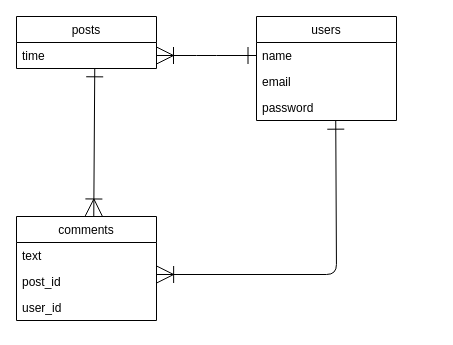
Before: shift_ER.dio in juuata/original_shift, a draw.io diagram. Source tidied: cells renumbered, new cells numbered last; positions are measured from the earlier drawing's top-left corner, leaving out a move shared by most shapes. Both pictures are drawn from the tidied source at 100%, with x=0, y=0 at pixel (16, 16).
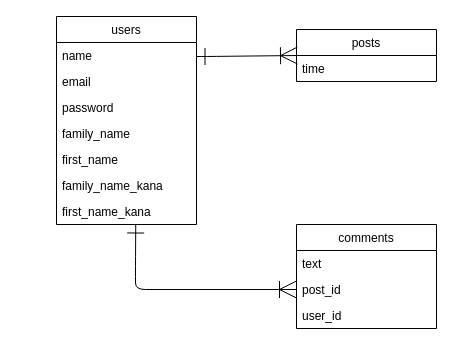
The same diagram, later.

Commit message (it also covers changes not shown here):
README テーブル設計

Unchanged cells that the change refers to:
```xml
<mxCell id="3" value="name&#10;" style="text;strokeColor=none;fillColor=none;align=left;verticalAlign=top;spacingLeft=4;spacingRight=4;overflow=hidden;points=[[0,0.5],[1,0.5]];portConstraint=eastwest;" parent="2" vertex="1">
  <mxGeometry y="26" width="140" height="26" as="geometry" />
</mxCell>
<mxCell id="5" value="password" style="text;strokeColor=none;fillColor=none;align=left;verticalAlign=top;spacingLeft=4;spacingRight=4;overflow=hidden;points=[[0,0.5],[1,0.5]];portConstraint=eastwest;" parent="2" vertex="1">
  <mxGeometry y="78" width="140" height="26" as="geometry" />
</mxCell>
<mxCell id="7" value="time&#10;" style="text;strokeColor=none;fillColor=none;align=left;verticalAlign=top;spacingLeft=4;spacingRight=4;overflow=hidden;points=[[0,0.5],[1,0.5]];portConstraint=eastwest;" parent="6" vertex="1">
  <mxGeometry y="26" width="140" height="26" as="geometry" />
</mxCell>
<mxCell id="11" value="post_id&#10;" style="text;strokeColor=none;fillColor=none;align=left;verticalAlign=top;spacingLeft=4;spacingRight=4;overflow=hidden;points=[[0,0.5],[1,0.5]];portConstraint=eastwest;" parent="9" vertex="1">
  <mxGeometry y="52" width="140" height="26" as="geometry" />
</mxCell>
```

The edit, as a diff of the source:
```diff
@@
     <mxCell id="2" value="users" style="swimlane;fontStyle=0;horizontal=1;startSize=26;fillColor=none;" parent="1" vertex="1">
-      <mxGeometry x="240" width="140" height="104" as="geometry" />
+      <mxGeometry x="40" width="140" height="208" as="geometry" />
     </mxCell>
@@
+    <mxCell id="15" value="family_name" style="text;strokeColor=none;fillColor=none;align=left;verticalAlign=top;spacingLeft=4;spacingRight=4;overflow=hidden;" parent="2" vertex="1">
+      <mxGeometry y="104" width="140" height="26" as="geometry" />
+    </mxCell>
+    <mxCell id="16" value="first_name" style="text;strokeColor=none;fillColor=none;align=left;verticalAlign=top;spacingLeft=4;spacingRight=4;overflow=hidden;" parent="2" vertex="1">
+      <mxGeometry y="130" width="140" height="26" as="geometry" />
+    </mxCell>
+    <mxCell id="17" value="family_name_kana" style="text;strokeColor=none;fillColor=none;align=left;verticalAlign=top;spacingLeft=4;spacingRight=4;overflow=hidden;" parent="2" vertex="1">
+      <mxGeometry y="156" width="140" height="26" as="geometry" />
+    </mxCell>
+    <mxCell id="18" value="first_name_kana" style="text;strokeColor=none;fillColor=none;align=left;verticalAlign=top;spacingLeft=4;spacingRight=4;overflow=hidden;points=[[0,0.5],[1,0.5]];portConstraint=eastwest;" parent="2" vertex="1">
+      <mxGeometry y="182" width="140" height="26" as="geometry" />
+    </mxCell>
     <mxCell id="6" value="posts" style="swimlane;fontStyle=0;horizontal=1;startSize=26;fillColor=none;" parent="1" vertex="1">
-      <mxGeometry width="140" height="52" as="geometry" />
+      <mxGeometry x="280" y="13" width="140" height="52" as="geometry" />
     </mxCell>
@@
-    <mxCell id="8" style="edgeStyle=none;html=1;exitX=0.559;exitY=0.993;exitDx=0;exitDy=0;rounded=1;endSize=15;endArrow=ERoneToMany;endFill=0;startArrow=ERone;startFill=0;sourcePerimeterSpacing=0;startSize=15;exitPerimeter=0;entryX=0.552;entryY=-0.005;entryDx=0;entryDy=0;entryPerimeter=0;" parent="1" edge="1" source="7" target="9">
-      <mxGeometry relative="1" as="geometry" />
-    </mxCell>
     <mxCell id="9" value="comments" style="swimlane;fontStyle=0;horizontal=1;startSize=26;fillColor=none;" parent="1" vertex="1">
-      <mxGeometry y="200" width="140" height="104" as="geometry" />
+      <mxGeometry x="280" y="208" width="140" height="104" as="geometry" />
     </mxCell>
@@
-    <mxCell id="13" style="edgeStyle=none;html=1;exitX=0;exitY=0.5;exitDx=0;exitDy=0;endArrow=ERoneToMany;endFill=0;startArrow=ERone;startFill=0;endSize=15;startSize=15;entryX=1;entryY=0.5;entryDx=0;entryDy=0;" parent="1" edge="1" source="3" target="7">
+    <mxCell id="13" style="edgeStyle=none;html=1;endArrow=ERoneToMany;endFill=0;startArrow=ERone;startFill=0;endSize=15;startSize=15;" parent="1" edge="1">
       <mxGeometry relative="1" as="geometry">
+        <mxPoint x="180" y="40" as="sourcePoint" />
+        <mxPoint x="281" y="39" as="targetPoint" />
         <Array as="points">
-          <mxPoint x="190" y="39" />
+          <mxPoint x="190" y="40" />
         </Array>
       </mxGeometry>
     </mxCell>
-    <mxCell id="14" style="edgeStyle=none;rounded=1;html=1;exitX=0.566;exitY=1.007;exitDx=0;exitDy=0;entryX=1.001;entryY=0.231;entryDx=0;entryDy=0;entryPerimeter=0;startArrow=ERone;startFill=0;endArrow=ERoneToMany;endFill=0;startSize=15;endSize=15;sourcePerimeterSpacing=0;exitPerimeter=0;" parent="1" edge="1" source="5" target="11">
+    <mxCell id="14" style="edgeStyle=none;rounded=1;html=1;entryX=0;entryY=0.5;entryDx=0;entryDy=0;startArrow=ERone;startFill=0;endArrow=ERoneToMany;endFill=0;startSize=15;endSize=15;sourcePerimeterSpacing=0;exitX=0.566;exitY=1;exitDx=0;exitDy=0;exitPerimeter=0;" parent="1" edge="1" source="18" target="11">
       <mxGeometry relative="1" as="geometry">
         <Array as="points">
-          <mxPoint x="320" y="258" />
+          <mxPoint x="119" y="250" />
+          <mxPoint x="119" y="273" />
         </Array>
       </mxGeometry>
     </mxCell>
```
